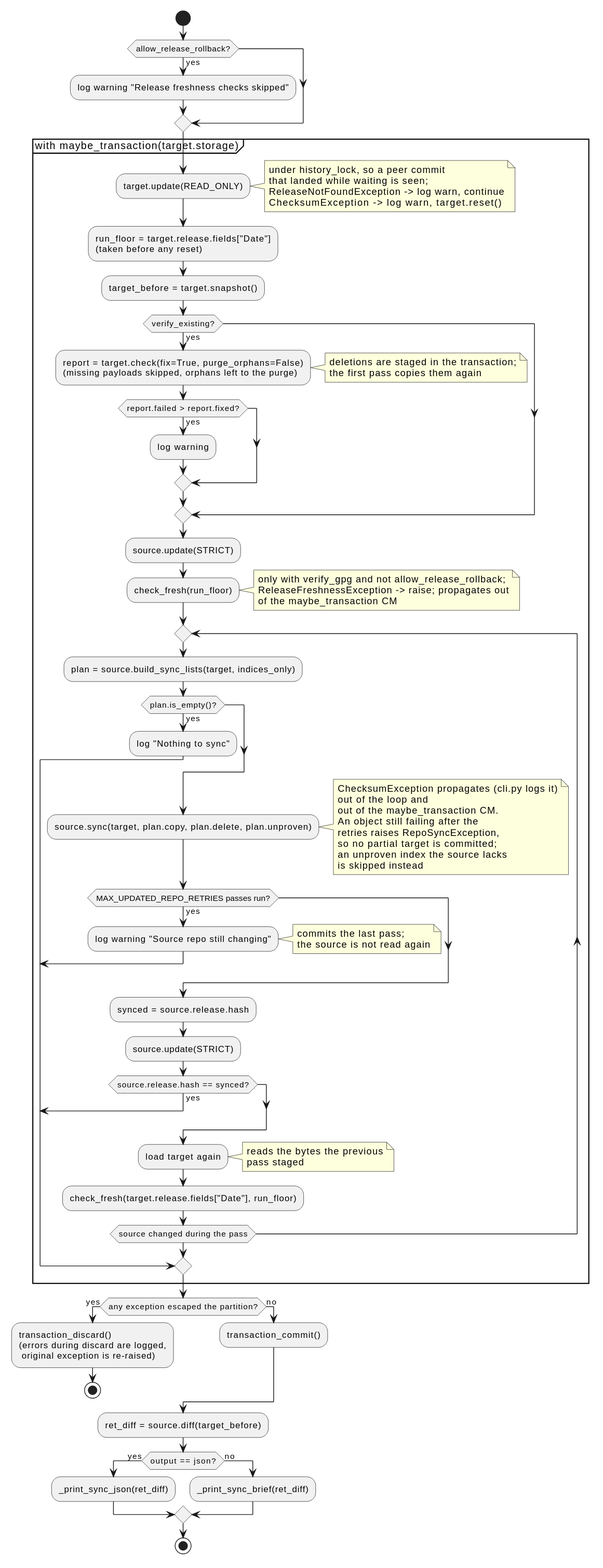
vinklat/debkit keeps this PlantUML diagram as docs/development/diagrams/action-sync-activity.svg. Above is the earlier version. Its source is kept beside it as docs/development/diagrams/action-sync-activity.puml.
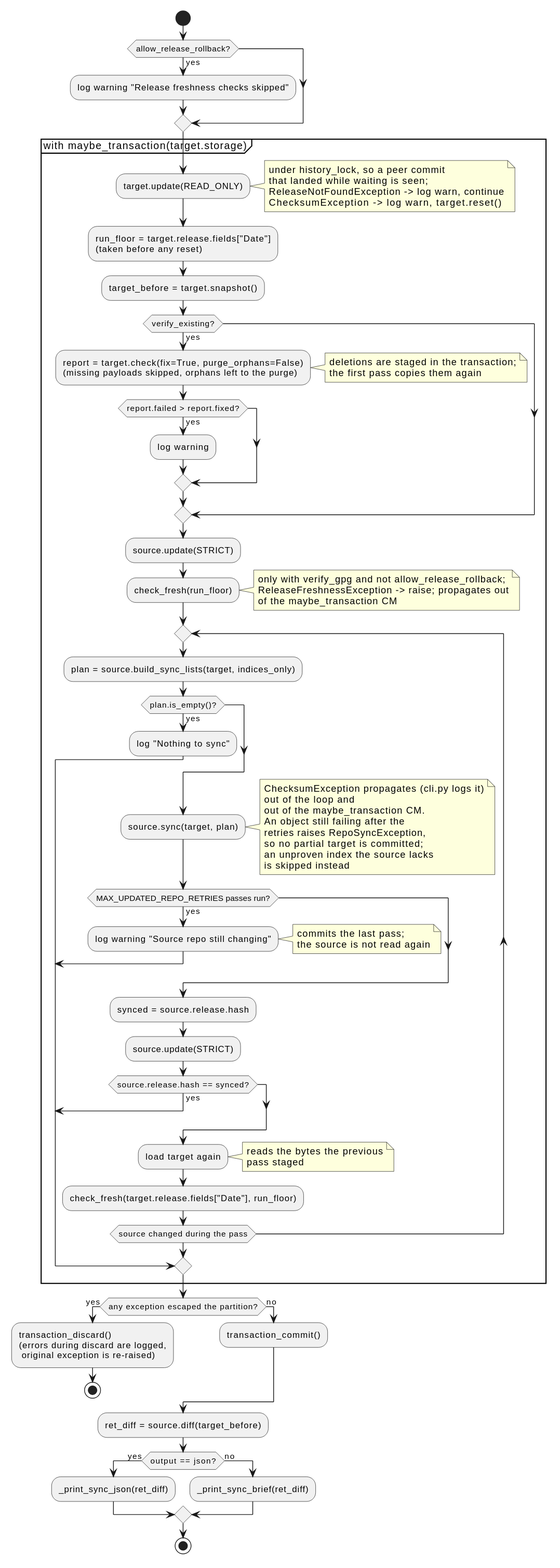
After the change.

Diff of the diagram source:
```diff
@@ -39,7 +39,7 @@
       :log "Nothing to sync";
       break
     endif
-    :source.sync(target, plan.copy, plan.delete, plan.unproven);
+    :source.sync(target, plan);
     note right
       ChecksumException propagates (cli.py logs it)
       out of the loop and
```
